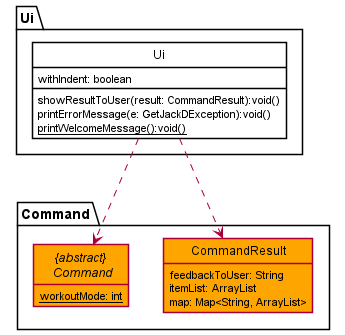
Earlier version of the PlantUML export docs/umldg/UI.png (nus-cs2113-AY2122S1/tp).
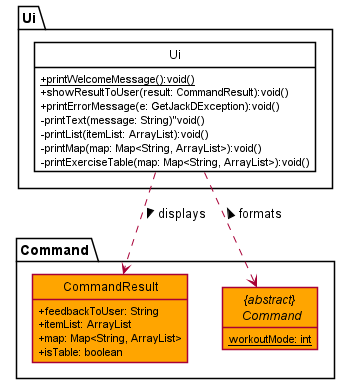
The same diagram one commit later.

Diff of the diagram source:
```diff
@@ -6,26 +6,31 @@
 
 together {
 package "Command" {
-class CommandResult #Orange {
-feedbackToUser: String
-itemList: ArrayList
-map: Map<String, ArrayList>
-}
 abstract class "{abstract} \n Command" as Command #Orange {
 workoutMode: int {static}
 }
+class CommandResult #Orange {
++feedbackToUser: String
++itemList: ArrayList
++map: Map<String, ArrayList>
++isTable: boolean
 }
+
 }
 
 package "Ui" {
 class Ui #White ##Black {
-withIndent: boolean
-showResultToUser(result: CommandResult):void()
-printErrorMessage(e: GetJackDException):void()
-printWelcomeMessage():void() {static}
++printWelcomeMessage():void() {static}
++showResultToUser(result: CommandResult):void()
++printErrorMessage(e: GetJackDException):void()
+-printText(message: String)"void()
+-printList(itemList: ArrayList):void()
+-printMap(map: Map<String, ArrayList>):void()
+-printExerciseTable(map: Map<String, ArrayList>):void()
 }
 }
 
-Ui ..> CommandResult
-Ui ..> Command
+Ui ..> Command : formats <
+Ui .right.> CommandResult : displays >
+
 @enduml
```
